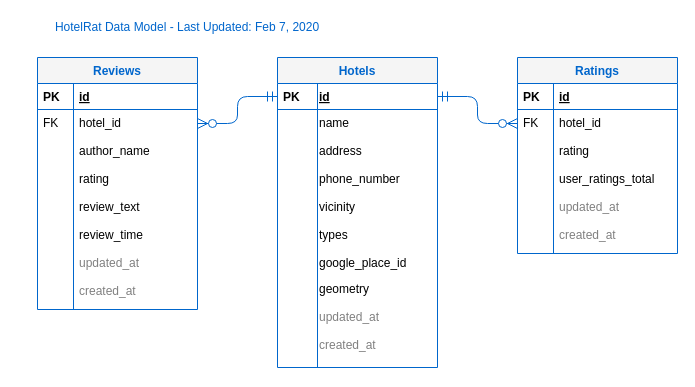
Above: DataModel.drawio in stevenhelms/ee3503-project (draw.io), before the change. Source tidied: cells renumbered, new cells numbered last; positions are measured from the earlier drawing's top-left corner, leaving out a move shared by most shapes. Both pictures are drawn from the tidied source at 100%, with x=0, y=0 at pixel (17, 17).
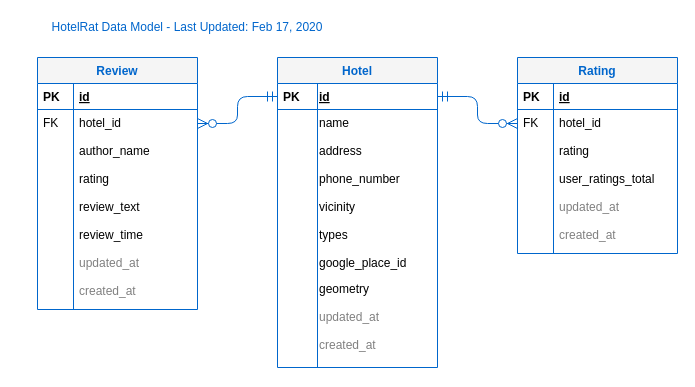
The same page after the edit.

Commit message (it also covers changes not shown here):
Model diagram updates.

What changed in the source:
```diff
@@
-    <mxCell id="2" value="Hotels" style="swimlane;fontStyle=1;horizontal=1;startSize=26;rounded=0;shadow=0;strokeWidth=1;fillColor=#f5f5f5;strokeColor=#0066CC;fontColor=#0066CC;" parent="1" vertex="1">
+    <mxCell id="2" value="Hotel" style="swimlane;fontStyle=1;horizontal=1;startSize=26;rounded=0;shadow=0;strokeWidth=1;fillColor=#f5f5f5;strokeColor=#0066CC;fontColor=#0066CC;" parent="1" vertex="1">
       <mxGeometry x="260" y="40" width="160" height="310" as="geometry" />
     </mxCell>
@@
-    <mxCell id="25" value="Ratings" style="swimlane;fontStyle=1;horizontal=1;startSize=26;rounded=0;shadow=0;strokeWidth=1;fillColor=#f5f5f5;strokeColor=#0066CC;fontColor=#0066CC;" parent="1" vertex="1">
+    <mxCell id="25" value="Rating" style="swimlane;fontStyle=1;horizontal=1;startSize=26;rounded=0;shadow=0;strokeWidth=1;fillColor=#f5f5f5;strokeColor=#0066CC;fontColor=#0066CC;" parent="1" vertex="1">
       <mxGeometry x="500" y="40" width="160" height="196" as="geometry" />
     </mxCell>
@@
-    <mxCell id="38" value="HotelRat Data Model - Last Updated: Feb 7, 2020" style="text;html=1;strokeColor=none;fillColor=none;align=center;verticalAlign=middle;whiteSpace=wrap;rounded=0;fontColor=#0066CC;" parent="1" vertex="1">
+    <mxCell id="38" value="HotelRat Data Model - Last Updated: Feb 17, 2020" style="text;html=1;strokeColor=none;fillColor=none;align=center;verticalAlign=middle;whiteSpace=wrap;rounded=0;fontColor=#0066CC;" parent="1" vertex="1">
       <mxGeometry width="340" height="20" as="geometry" />
     </mxCell>
-    <mxCell id="39" value="Reviews" style="swimlane;fontStyle=1;horizontal=1;startSize=26;rounded=0;shadow=0;strokeWidth=1;fillColor=#f5f5f5;strokeColor=#0066CC;fontColor=#0066CC;" parent="1" vertex="1">
+    <mxCell id="39" value="Review" style="swimlane;fontStyle=1;horizontal=1;startSize=26;rounded=0;shadow=0;strokeWidth=1;fillColor=#f5f5f5;strokeColor=#0066CC;fontColor=#0066CC;" parent="1" vertex="1">
       <mxGeometry x="20" y="40" width="160" height="252" as="geometry" />
     </mxCell>
```
